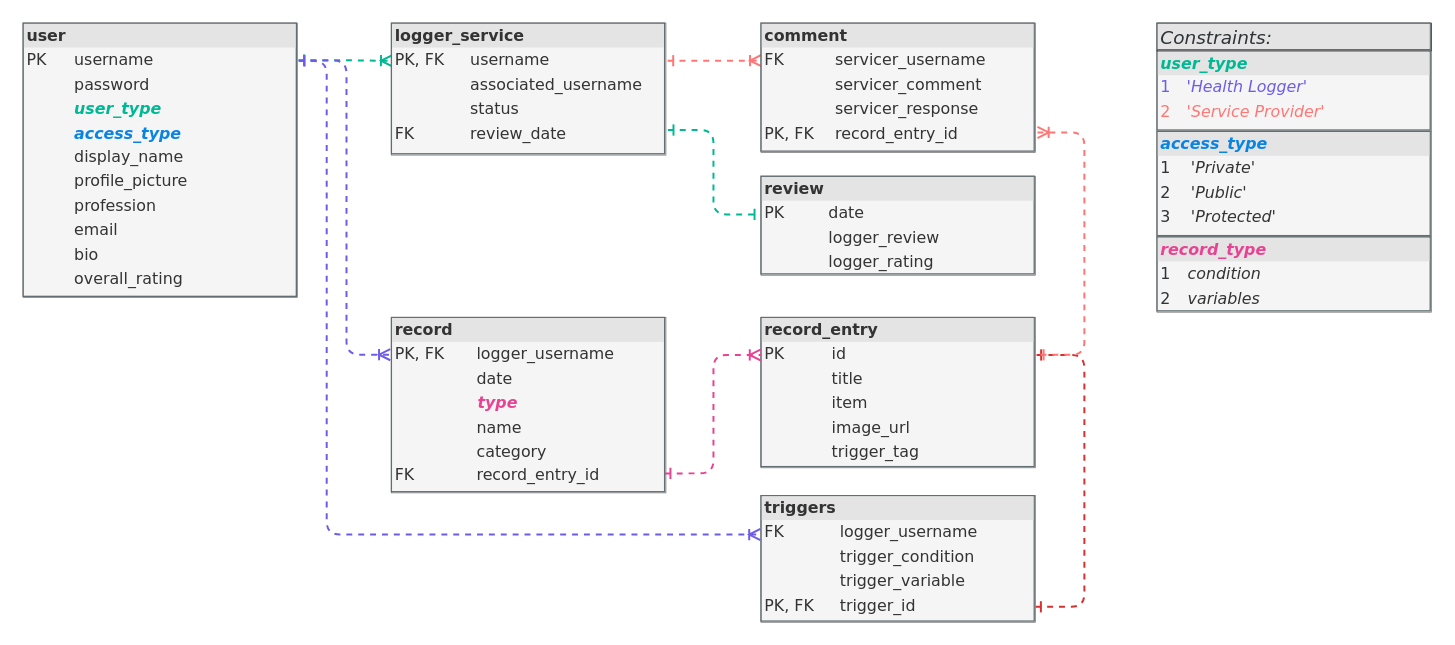
Before: diagrams/database/database_tables_relationships.drawio in mervin-njy/trigg-track-v2, a draw.io diagram. Source tidied: cells renumbered, new cells numbered last; positions are measured from the earlier drawing's top-left corner, leaving out a move shared by most shapes. Both pictures are drawn from the tidied source at 132%, with x=0, y=0 at pixel (22, 22).
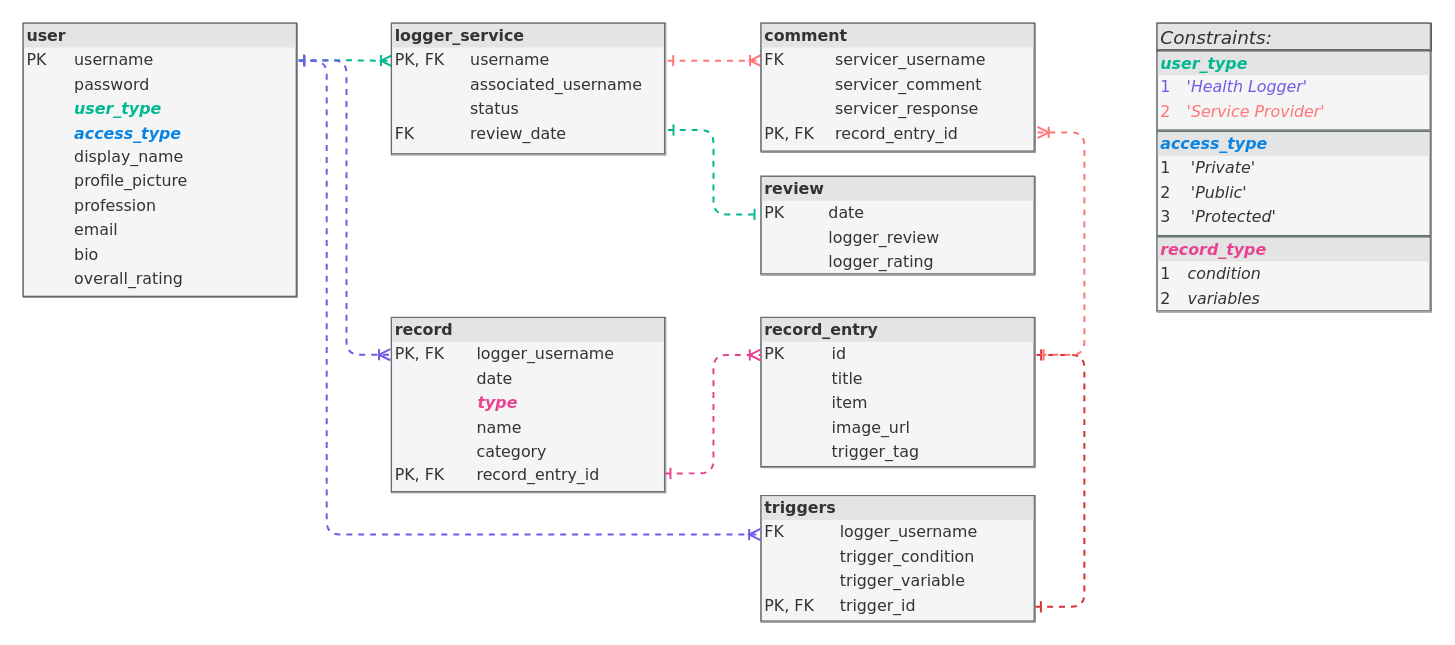
The same diagram, later.

Commit message (it also covers changes not shown here):
seeding error fixed: concat "pk_user_record" for "record" table

What changed in the source:
```diff
@@
-    <mxCell id="6" value="&lt;div style=&quot;box-sizing: border-box ; width: 100% ; background: #e4e4e4 ; padding: 2px&quot;&gt;&lt;b&gt;record&lt;/b&gt;&lt;/div&gt;&lt;table style=&quot;width: 100% ; font-size: 1em&quot; cellpadding=&quot;2&quot; cellspacing=&quot;0&quot;&gt;&lt;tbody&gt;&lt;tr&gt;&lt;td&gt;PK, FK&lt;/td&gt;&lt;td&gt;&amp;nbsp; logger_username&lt;/td&gt;&lt;/tr&gt;&lt;tr&gt;&lt;td&gt;&lt;br&gt;&lt;/td&gt;&lt;td&gt;&amp;nbsp; date&lt;/td&gt;&lt;/tr&gt;&lt;tr&gt;&lt;td&gt;&lt;i&gt;&lt;b&gt;&lt;font color=&quot;#e84393&quot;&gt;&lt;br&gt;&lt;/font&gt;&lt;/b&gt;&lt;/i&gt;&lt;/td&gt;&lt;td&gt;&lt;i&gt;&lt;b&gt;&lt;font color=&quot;#e84393&quot;&gt;&amp;nbsp; type&lt;br&gt;&lt;/font&gt;&lt;/b&gt;&lt;/i&gt;&lt;/td&gt;&lt;/tr&gt;&lt;tr&gt;&lt;td&gt;&lt;br&gt;&lt;/td&gt;&lt;td&gt;&amp;nbsp; name&lt;/td&gt;&lt;/tr&gt;&lt;tr&gt;&lt;td&gt;&lt;br&gt;&lt;/td&gt;&lt;td&gt;&amp;nbsp; category&lt;/td&gt;&lt;/tr&gt;&lt;tr&gt;&lt;td&gt;FK&lt;/td&gt;&lt;td&gt;&amp;nbsp; record_entry_id&lt;/td&gt;&lt;/tr&gt;&lt;/tbody&gt;&lt;/table&gt;" style="verticalAlign=top;align=left;overflow=fill;html=1;rounded=0;shadow=0;comic=0;labelBackgroundColor=none;strokeWidth=0.5;fontFamily=Verdana;fontSize=12;fillColor=#f5f5f5;strokeColor=#666666;fontColor=#333333;labelBorderColor=#636e72;" parent="1" vertex="1">
+    <mxCell id="6" value="&lt;div style=&quot;box-sizing: border-box ; width: 100% ; background: #e4e4e4 ; padding: 2px&quot;&gt;&lt;b&gt;record&lt;/b&gt;&lt;/div&gt;&lt;table style=&quot;width: 100% ; font-size: 1em&quot; cellpadding=&quot;2&quot; cellspacing=&quot;0&quot;&gt;&lt;tbody&gt;&lt;tr&gt;&lt;td&gt;PK, FK&lt;/td&gt;&lt;td&gt;&amp;nbsp; logger_username&lt;/td&gt;&lt;/tr&gt;&lt;tr&gt;&lt;td&gt;&lt;br&gt;&lt;/td&gt;&lt;td&gt;&amp;nbsp; date&lt;/td&gt;&lt;/tr&gt;&lt;tr&gt;&lt;td&gt;&lt;i&gt;&lt;b&gt;&lt;font color=&quot;#e84393&quot;&gt;&lt;br&gt;&lt;/font&gt;&lt;/b&gt;&lt;/i&gt;&lt;/td&gt;&lt;td&gt;&lt;i&gt;&lt;b&gt;&lt;font color=&quot;#e84393&quot;&gt;&amp;nbsp; type&lt;br&gt;&lt;/font&gt;&lt;/b&gt;&lt;/i&gt;&lt;/td&gt;&lt;/tr&gt;&lt;tr&gt;&lt;td&gt;&lt;br&gt;&lt;/td&gt;&lt;td&gt;&amp;nbsp; name&lt;/td&gt;&lt;/tr&gt;&lt;tr&gt;&lt;td&gt;&lt;br&gt;&lt;/td&gt;&lt;td&gt;&amp;nbsp; category&lt;/td&gt;&lt;/tr&gt;&lt;tr&gt;&lt;td&gt;PK, FK&lt;/td&gt;&lt;td&gt;&amp;nbsp; record_entry_id&lt;/td&gt;&lt;/tr&gt;&lt;/tbody&gt;&lt;/table&gt;" style="verticalAlign=top;align=left;overflow=fill;html=1;rounded=0;shadow=0;comic=0;labelBackgroundColor=none;strokeWidth=0.5;fontFamily=Verdana;fontSize=12;fillColor=#f5f5f5;strokeColor=#666666;fontColor=#333333;labelBorderColor=#636e72;" parent="1" vertex="1">
       <mxGeometry x="279" y="223" width="208" height="132.9" as="geometry" />
     </mxCell>
```
